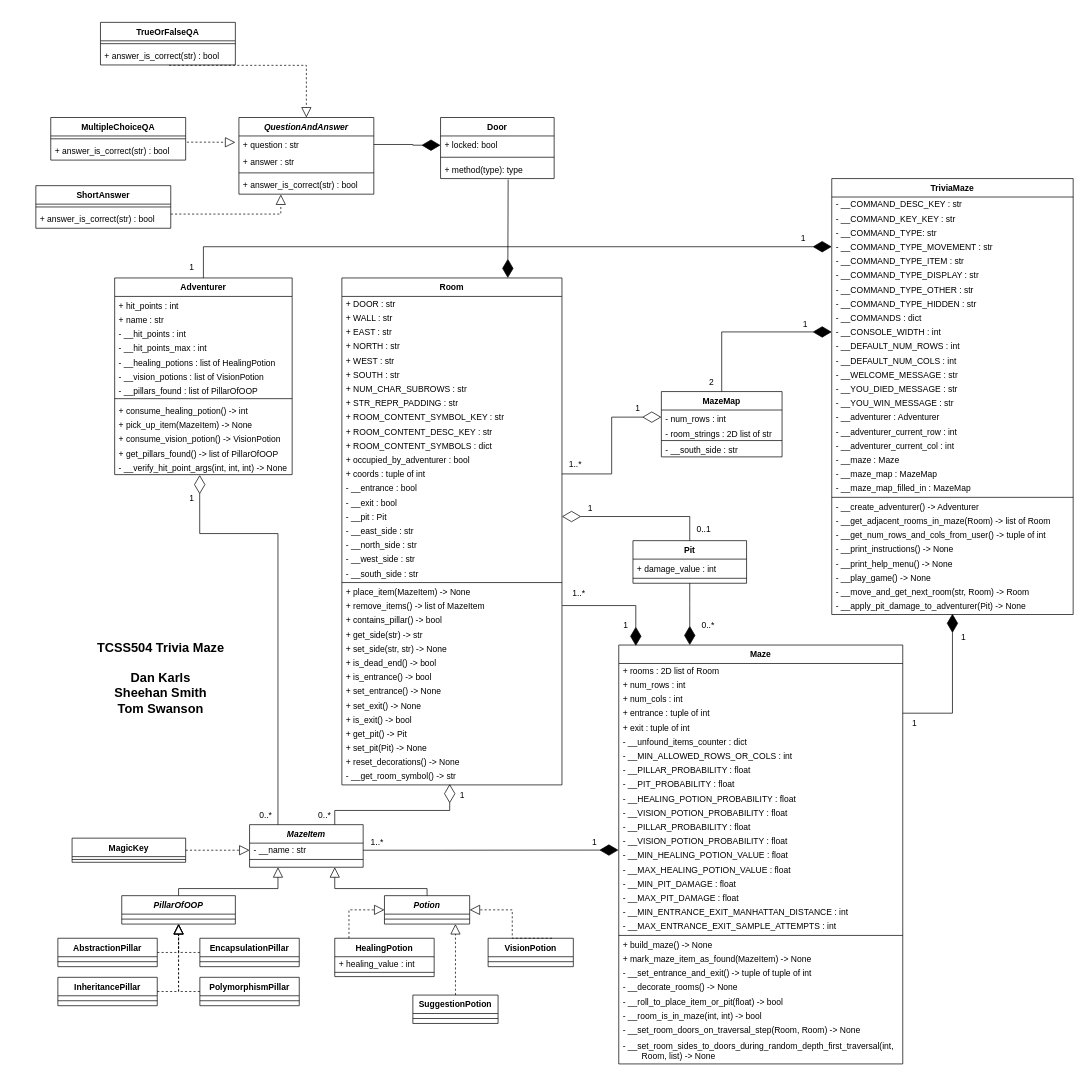
Earlier version of the draw.io diagram doc/UML.drawio (dskarls/TCSS504-Trivia-Maze). Source tidied: cells renumbered, new cells numbered last; positions are measured from the earlier drawing's top-left corner, leaving out a move shared by most shapes. Both pictures are drawn from the tidied source at 71%, with x=0, y=0 at pixel (36, 22).
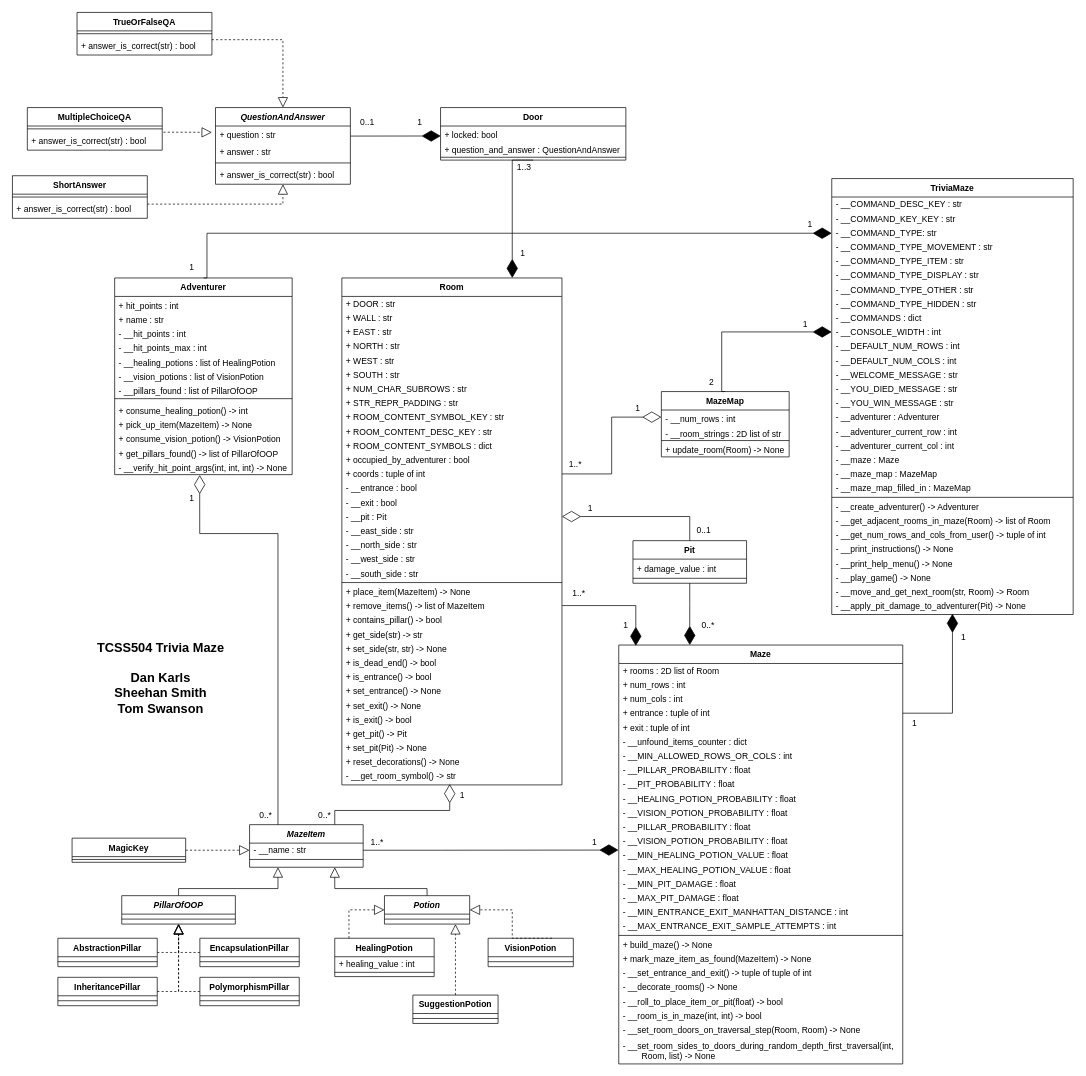
The same page after the edit.

Commit message:
DOC: Minor fixes to UML (Door and MazeMap)

The change refers to these unchanged cells:
```xml
<mxCell id="60" value="Room" style="swimlane;fontStyle=1;align=center;verticalAlign=top;horizontal=1;startSize=26;" parent="1" vertex="1">
  <mxGeometry x="431" y="360" width="310" height="714" as="geometry" />
</mxCell>
<mxCell id="98" value="Adventurer" style="swimlane;fontStyle=1;align=center;verticalAlign=top;horizontal=1;startSize=26;fontFamily=Helvetica;fontSize=12;" parent="1" vertex="1">
  <mxGeometry x="111" y="360" width="250" height="277" as="geometry" />
</mxCell>
<mxCell id="128" value="- __COMMAND_TYPE_MOVEMENT : str" style="text;strokeColor=none;fillColor=none;align=left;verticalAlign=middle;spacingLeft=4;spacingRight=4;overflow=hidden;points=[[0,0.5],[1,0.5]];portConstraint=eastwest;spacing=2;" parent="124" vertex="1">
  <mxGeometry y="86" width="340" height="20" as="geometry" />
</mxCell>
<mxCell id="179" value="+ question : str" style="text;strokeColor=none;fillColor=none;align=left;verticalAlign=top;spacingLeft=4;spacingRight=4;overflow=hidden;points=[[0,0.5],[1,0.5]];portConstraint=eastwest;" parent="178" vertex="1">
  <mxGeometry y="26" width="190" height="24" as="geometry" />
</mxCell>
<mxCell id="182" value="+ answer_is_correct(str) : bool" style="text;strokeColor=none;fillColor=none;align=left;verticalAlign=top;spacingLeft=4;spacingRight=4;overflow=hidden;points=[[0,0.5],[1,0.5]];portConstraint=eastwest;" parent="178" vertex="1">
  <mxGeometry y="82" width="190" height="26" as="geometry" />
</mxCell>
<mxCell id="197" value="+ answer_is_correct(str) : bool" style="text;strokeColor=none;fillColor=none;align=left;verticalAlign=top;spacingLeft=4;spacingRight=4;overflow=hidden;points=[[0,0.5],[1,0.5]];portConstraint=eastwest;" parent="195" vertex="1">
  <mxGeometry y="34" width="190" height="26" as="geometry" />
</mxCell>
<mxCell id="200" value="+ answer_is_correct(str) : bool" style="text;strokeColor=none;fillColor=none;align=left;verticalAlign=top;spacingLeft=4;spacingRight=4;overflow=hidden;points=[[0,0.5],[1,0.5]];portConstraint=eastwest;" parent="198" vertex="1">
  <mxGeometry y="34" width="190" height="26" as="geometry" />
</mxCell>
```

The edit, as a diff of the source:
```diff
@@
     <mxCell id="118" value="MazeMap" style="swimlane;fontStyle=1;align=center;verticalAlign=top;horizontal=1;startSize=26;fontFamily=Helvetica;fontSize=12;" parent="1" vertex="1">
-      <mxGeometry x="881" y="520" width="170" height="92" as="geometry" />
+      <mxGeometry x="881" y="520" width="180" height="92" as="geometry" />
     </mxCell>
-    <mxCell id="119" value="- num_rows : int" style="text;strokeColor=none;fillColor=none;align=left;verticalAlign=top;spacingLeft=4;spacingRight=4;overflow=hidden;points=[[0,0.5],[1,0.5]];portConstraint=eastwest;fontFamily=Helvetica;fontSize=12;" parent="118" vertex="1">
-      <mxGeometry y="26" width="170" height="20" as="geometry" />
+    <mxCell id="119" value="- __num_rows : int" style="text;strokeColor=none;fillColor=none;align=left;verticalAlign=top;spacingLeft=4;spacingRight=4;overflow=hidden;points=[[0,0.5],[1,0.5]];portConstraint=eastwest;fontFamily=Helvetica;fontSize=12;" parent="118" vertex="1">
+      <mxGeometry y="26" width="180" height="20" as="geometry" />
     </mxCell>
-    <mxCell id="120" value="- room_strings : 2D list of str" style="text;strokeColor=none;fillColor=none;align=left;verticalAlign=top;spacingLeft=4;spacingRight=4;overflow=hidden;fontFamily=Helvetica;fontSize=12;" parent="118" vertex="1">
-      <mxGeometry y="46" width="170" height="20" as="geometry" />
+    <mxCell id="120" value="- __room_strings : 2D list of str" style="text;strokeColor=none;fillColor=none;align=left;verticalAlign=top;spacingLeft=4;spacingRight=4;overflow=hidden;fontFamily=Helvetica;fontSize=12;" parent="118" vertex="1">
+      <mxGeometry y="46" width="180" height="20" as="geometry" />
     </mxCell>
     <mxCell id="121" style="line;strokeWidth=1;fillColor=none;align=left;verticalAlign=middle;spacingTop=2;spacingLeft=3;spacingRight=3;labelPosition=right;strokeColor=inherit;fontFamily=Courier New;fontSize=12;" parent="118" vertex="1">
-      <mxGeometry y="66" width="170" height="6" as="geometry" />
+      <mxGeometry y="66" width="180" height="6" as="geometry" />
     </mxCell>
-    <mxCell id="122" value="- __south_side : str" style="text;strokeColor=none;fillColor=none;align=left;verticalAlign=middle;spacingLeft=4;spacingRight=4;overflow=hidden;" parent="118" vertex="1">
-      <mxGeometry y="72" width="170" height="20" as="geometry" />
+    <mxCell id="122" value="+ update_room(Room) -&gt; None" style="text;strokeColor=none;fillColor=none;align=left;verticalAlign=middle;spacingLeft=4;spacingRight=4;overflow=hidden;" parent="118" vertex="1">
+      <mxGeometry y="72" width="180" height="20" as="geometry" />
     </mxCell>
@@
-    <mxCell id="155" style="endArrow=diamondThin;endFill=1;endSize=24;html=1;rounded=0;fontFamily=Courier New;fontSize=12;targetPerimeterSpacing=0;edgeStyle=elbowEdgeStyle;exitX=0.5;exitY=0;exitDx=0;exitDy=0;entryX=0;entryY=0.5;entryDx=0;entryDy=0;" parent="1" edge="1" source="98" target="128">
-      <mxGeometry relative="1" as="geometry">
-        <Array as="points">
-          <mxPoint x="236" y="310" />
-        </Array>
-      </mxGeometry>
-    </mxCell>
@@
-    <mxCell id="177" value="1" style="text;html=1;strokeColor=none;fillColor=none;align=center;verticalAlign=middle;whiteSpace=wrap;rounded=0;fontStyle=0;" parent="1" vertex="1">
-      <mxGeometry x="1051" y="290" width="60" height="30" as="geometry" />
-    </mxCell>
     <mxCell id="178" value="QuestionAndAnswer" style="swimlane;fontStyle=3;align=center;verticalAlign=top;horizontal=1;startSize=26;" parent="1" vertex="1">
-      <mxGeometry x="286" y="134" width="190" height="108" as="geometry" />
+      <mxGeometry x="253" y="120" width="190" height="108" as="geometry" />
     </mxCell>
@@
     <mxCell id="189" value="Door" style="swimlane;fontStyle=1;align=center;verticalAlign=top;horizontal=1;startSize=26;" parent="1" vertex="1">
-      <mxGeometry x="570" y="134" width="160" height="86" as="geometry" />
+      <mxGeometry x="570" y="120" width="261" height="74" as="geometry" />
     </mxCell>
     <mxCell id="190" value="+ locked: bool" style="text;strokeColor=none;fillColor=none;align=left;verticalAlign=top;spacingLeft=4;spacingRight=4;overflow=hidden;points=[[0,0.5],[1,0.5]];portConstraint=eastwest;" parent="189" vertex="1">
-      <mxGeometry y="26" width="160" height="26" as="geometry" />
+      <mxGeometry y="26" width="261" height="20" as="geometry" />
     </mxCell>
+    <mxCell id="207" value="+ question_and_answer : QuestionAndAnswer" style="text;strokeColor=none;fillColor=none;align=left;verticalAlign=top;spacingLeft=4;spacingRight=4;overflow=hidden;" parent="189" vertex="1">
+      <mxGeometry y="46" width="261" height="20" as="geometry" />
+    </mxCell>
     <mxCell id="191" style="line;strokeWidth=1;fillColor=none;align=left;verticalAlign=middle;spacingTop=-1;spacingLeft=3;spacingRight=3;labelPosition=right;strokeColor=inherit;" parent="189" vertex="1">
-      <mxGeometry y="52" width="160" height="8" as="geometry" />
+      <mxGeometry y="66" width="261" height="8" as="geometry" />
     </mxCell>
-    <mxCell id="192" value="+ method(type): type" style="text;strokeColor=none;fillColor=none;align=left;verticalAlign=top;spacingLeft=4;spacingRight=4;overflow=hidden;points=[[0,0.5],[1,0.5]];portConstraint=eastwest;" parent="189" vertex="1">
-      <mxGeometry y="60" width="160" height="26" as="geometry" />
-    </mxCell>
-    <mxCell id="193" style="endArrow=diamondThin;endFill=1;endSize=24;html=1;rounded=0;fontFamily=Courier New;fontSize=12;targetPerimeterSpacing=0;edgeStyle=elbowEdgeStyle;exitX=0.595;exitY=1.054;exitDx=0;exitDy=0;entryX=0.06;entryY=0.002;entryDx=0;entryDy=0;entryPerimeter=0;exitPerimeter=0;" parent="1" edge="1" source="192">
+    <mxCell id="193" style="endArrow=diamondThin;endFill=1;endSize=24;html=1;rounded=0;fontFamily=Courier New;fontSize=12;targetPerimeterSpacing=0;edgeStyle=elbowEdgeStyle;entryX=0.772;entryY=0;entryDx=0;entryDy=0;entryPerimeter=0;exitX=0.5;exitY=1;exitDx=0;exitDy=0;" parent="1" edge="1" source="189" target="60">
       <mxGeometry relative="1" as="geometry">
-        <mxPoint x="664.7" y="360" as="targetPoint" />
         <Array as="points">
-          <mxPoint x="664.7" y="331.8" />
+          <mxPoint x="671" y="270" />
         </Array>
       </mxGeometry>
     </mxCell>
-    <mxCell id="194" style="endArrow=diamondThin;endFill=1;endSize=24;html=1;rounded=0;fontFamily=Courier New;fontSize=12;targetPerimeterSpacing=0;edgeStyle=elbowEdgeStyle;exitX=1;exitY=0.5;exitDx=0;exitDy=0;entryX=0;entryY=0.5;entryDx=0;entryDy=0;" parent="1" edge="1" source="179" target="190">
-      <mxGeometry relative="1" as="geometry">
-        <Array as="points">
-          <mxPoint x="531" y="180" />
-          <mxPoint x="501" y="180" />
-        </Array>
-      </mxGeometry>
+    <mxCell id="194" style="endArrow=diamondThin;endFill=1;endSize=24;html=1;rounded=0;fontFamily=Courier New;fontSize=12;targetPerimeterSpacing=0;exitX=1.001;exitY=0.59;exitDx=0;exitDy=0;startSize=6;exitPerimeter=0;entryX=0.001;entryY=0.702;entryDx=0;entryDy=0;entryPerimeter=0;" parent="1" edge="1" source="179" target="190">
+      <mxGeometry relative="1" as="geometry" />
     </mxCell>
     <mxCell id="195" value="TrueOrFalseQA" style="swimlane;fontStyle=1;align=center;verticalAlign=top;horizontal=1;startSize=26;" parent="1" vertex="1">
-      <mxGeometry x="91" width="190" height="60" as="geometry" />
+      <mxGeometry x="58" y="-14" width="190" height="60" as="geometry" />
     </mxCell>
@@
     <mxCell id="198" value="MultipleChoiceQA" style="swimlane;fontStyle=1;align=center;verticalAlign=top;horizontal=1;startSize=26;" parent="1" vertex="1">
-      <mxGeometry x="21" y="134" width="190" height="60" as="geometry" />
+      <mxGeometry x="-12" y="120" width="190" height="60" as="geometry" />
     </mxCell>
@@
     <mxCell id="201" value="ShortAnswer" style="swimlane;fontStyle=1;align=center;verticalAlign=top;horizontal=1;startSize=26;" parent="1" vertex="1">
-      <mxGeometry y="230" width="190" height="60" as="geometry" />
+      <mxGeometry x="-33" y="216" width="190" height="60" as="geometry" />
     </mxCell>
@@
-    <mxCell id="204" style="endArrow=block;dashed=1;endFill=0;endSize=12;html=1;rounded=0;targetPerimeterSpacing=0;entryX=0.5;entryY=0;entryDx=0;entryDy=0;exitX=0.509;exitY=1.02;exitDx=0;exitDy=0;edgeStyle=elbowEdgeStyle;exitPerimeter=0;" parent="1" edge="1" source="197" target="178">
+    <mxCell id="204" style="endArrow=block;dashed=1;endFill=0;endSize=12;html=1;rounded=0;targetPerimeterSpacing=0;entryX=0.5;entryY=0;entryDx=0;entryDy=0;exitX=0.999;exitY=0.169;exitDx=0;exitDy=0;edgeStyle=elbowEdgeStyle;exitPerimeter=0;" parent="1" edge="1" source="197" target="178">
       <mxGeometry relative="1" as="geometry">
         <Array as="points">
-          <mxPoint x="381" y="80" />
+          <mxPoint x="348" y="66" />
         </Array>
       </mxGeometry>
     </mxCell>
     <mxCell id="205" style="endArrow=block;dashed=1;endFill=0;endSize=12;html=1;rounded=0;targetPerimeterSpacing=0;exitX=1.009;exitY=0.028;exitDx=0;exitDy=0;edgeStyle=elbowEdgeStyle;exitPerimeter=0;" parent="1" edge="1" source="200">
       <mxGeometry relative="1" as="geometry">
-        <mxPoint x="281" y="169" as="targetPoint" />
+        <mxPoint x="248" y="155" as="targetPoint" />
       </mxGeometry>
     </mxCell>
-    <mxCell id="206" style="endArrow=block;dashed=1;endFill=0;endSize=12;html=1;rounded=0;targetPerimeterSpacing=0;exitX=1.009;exitY=0.028;exitDx=0;exitDy=0;edgeStyle=elbowEdgeStyle;exitPerimeter=0;entryX=0.311;entryY=1.016;entryDx=0;entryDy=0;entryPerimeter=0;" parent="1" edge="1" target="182">
+    <mxCell id="206" style="endArrow=block;dashed=1;endFill=0;endSize=12;html=1;rounded=0;targetPerimeterSpacing=0;exitX=1.009;exitY=0.028;exitDx=0;exitDy=0;edgeStyle=elbowEdgeStyle;exitPerimeter=0;entryX=0.5;entryY=1;entryDx=0;entryDy=0;" parent="1" edge="1" target="178">
       <mxGeometry relative="1" as="geometry">
-        <mxPoint x="190" y="270" as="sourcePoint" />
+        <mxPoint x="157" y="256" as="sourcePoint" />
         <Array as="points">
-          <mxPoint x="345" y="250" />
+          <mxPoint x="348" y="240" />
         </Array>
       </mxGeometry>
     </mxCell>
+    <mxCell id="208" value="1..3" style="text;html=1;strokeColor=none;fillColor=none;align=center;verticalAlign=middle;whiteSpace=wrap;rounded=0;fontStyle=0;" parent="1" vertex="1">
+      <mxGeometry x="658" y="190" width="60" height="30" as="geometry" />
+    </mxCell>
+    <mxCell id="209" value="1" style="text;html=1;strokeColor=none;fillColor=none;align=center;verticalAlign=middle;whiteSpace=wrap;rounded=0;fontStyle=0;" parent="1" vertex="1">
+      <mxGeometry x="656" y="310" width="60" height="30" as="geometry" />
+    </mxCell>
+    <mxCell id="210" style="group;" parent="1" vertex="1">
+      <mxGeometry x="241" y="250" width="865" height="70" as="geometry" />
+    </mxCell>
+    <mxCell id="155" style="endArrow=diamondThin;endFill=1;endSize=24;html=1;rounded=0;fontFamily=Courier New;fontSize=12;targetPerimeterSpacing=0;edgeStyle=elbowEdgeStyle;exitX=0.5;exitY=0;exitDx=0;exitDy=0;" parent="210" edge="1" source="98">
+      <mxGeometry relative="1" as="geometry">
+        <mxPoint x="880" y="47" as="targetPoint" />
+        <Array as="points">
+          <mxPoint y="46.7" />
+        </Array>
+      </mxGeometry>
+    </mxCell>
+    <mxCell id="177" value="1" style="text;html=1;strokeColor=none;fillColor=none;align=center;verticalAlign=middle;whiteSpace=wrap;rounded=0;fontStyle=0;" parent="210" vertex="1">
+      <mxGeometry x="820" width="59.3" height="70" as="geometry" />
+    </mxCell>
+    <mxCell id="211" value="1" style="text;html=1;strokeColor=none;fillColor=none;align=center;verticalAlign=middle;whiteSpace=wrap;rounded=0;fontStyle=0;" parent="1" vertex="1">
+      <mxGeometry x="511" y="126" width="60" height="30" as="geometry" />
+    </mxCell>
+    <mxCell id="212" value="0..1" style="text;html=1;strokeColor=none;fillColor=none;align=center;verticalAlign=middle;whiteSpace=wrap;rounded=0;fontStyle=0;" parent="1" vertex="1">
+      <mxGeometry x="437" y="126" width="60" height="30" as="geometry" />
+    </mxCell>
```
